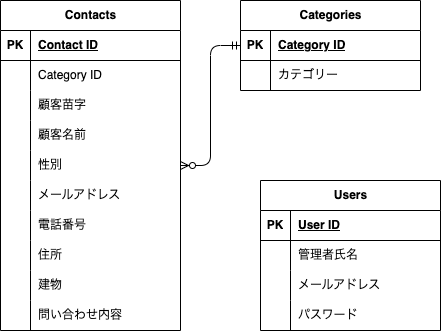
The draw.io diagram src/EntityRelationshipDiagram.drawio.png in StrawberryFairyPrincess/contact-form_exam, before a commit. Source tidied: cells renumbered, new cells last; positions are measured from the earlier drawing's top-left corner, leaving out a move shared by most shapes. The source it was exported from:
```xml
<mxGraphModel>
  <root>
    <mxCell id="0" />
    <mxCell id="1" parent="0" />
    <mxCell id="2" value="Contacts" style="shape=table;startSize=30;rowLines=0;fontStyle=1;align=center;html=1;" parent="1" vertex="1">
      <mxGeometry width="180" height="330" as="geometry" />
    </mxCell>
    <mxCell id="3" style="shape=tableRow;horizontal=0;startSize=0;swimlaneHead=0;swimlaneBody=0;fillColor=none;top=0;left=0;right=0;bottom=1;" parent="2" vertex="1">
      <mxGeometry y="30" width="180" height="30" as="geometry" />
    </mxCell>
    <mxCell id="4" value="PK" style="shape=partialRectangle;fillColor=none;top=0;left=0;bottom=0;right=0;fontStyle=1;overflow=hidden;whiteSpace=wrap;html=1;" parent="3" vertex="1">
      <mxGeometry width="30" height="30" as="geometry" />
    </mxCell>
    <mxCell id="5" value="Contact ID" style="shape=partialRectangle;fillColor=none;top=0;left=0;bottom=0;right=0;align=left;spacingLeft=6;fontStyle=5;overflow=hidden;whiteSpace=wrap;html=1;" parent="3" vertex="1">
      <mxGeometry x="30" width="150" height="30" as="geometry" />
    </mxCell>
    <mxCell id="6" style="shape=tableRow;horizontal=0;startSize=0;swimlaneHead=0;swimlaneBody=0;fillColor=none;top=0;left=0;right=0;bottom=0;" parent="2" vertex="1">
      <mxGeometry y="60" width="180" height="30" as="geometry" />
    </mxCell>
    <mxCell id="7" style="shape=partialRectangle;fillColor=none;top=0;left=0;bottom=0;right=0;overflow=hidden;whiteSpace=wrap;html=1;" parent="6" vertex="1">
      <mxGeometry width="30" height="30" as="geometry" />
    </mxCell>
    <mxCell id="8" value="Category ID" style="shape=partialRectangle;fillColor=none;top=0;left=0;bottom=0;right=0;align=left;spacingLeft=6;overflow=hidden;whiteSpace=wrap;html=1;" parent="6" vertex="1">
      <mxGeometry x="30" width="150" height="30" as="geometry" />
    </mxCell>
    <mxCell id="9" style="shape=tableRow;horizontal=0;startSize=0;swimlaneHead=0;swimlaneBody=0;fillColor=none;top=0;left=0;right=0;bottom=0;" parent="2" vertex="1">
      <mxGeometry y="90" width="180" height="30" as="geometry" />
    </mxCell>
    <mxCell id="10" style="shape=partialRectangle;fillColor=none;top=0;left=0;bottom=0;right=0;overflow=hidden;whiteSpace=wrap;html=1;" parent="9" vertex="1">
      <mxGeometry width="30" height="30" as="geometry" />
    </mxCell>
    <mxCell id="11" value="顧客苗字" style="shape=partialRectangle;fillColor=none;top=0;left=0;bottom=0;right=0;align=left;spacingLeft=6;overflow=hidden;whiteSpace=wrap;html=1;" parent="9" vertex="1">
      <mxGeometry x="30" width="150" height="30" as="geometry" />
    </mxCell>
    <mxCell id="12" style="shape=tableRow;horizontal=0;startSize=0;swimlaneHead=0;swimlaneBody=0;fillColor=none;points=[[0,0.5],[1,0.5]];portConstraint=eastwest;top=0;left=0;right=0;bottom=0;" parent="2" vertex="1">
      <mxGeometry y="120" width="180" height="30" as="geometry" />
    </mxCell>
    <mxCell id="13" style="shape=partialRectangle;fillColor=none;top=0;left=0;bottom=0;right=0;overflow=hidden;whiteSpace=wrap;html=1;" parent="12" vertex="1">
      <mxGeometry width="30" height="30" as="geometry" />
    </mxCell>
    <mxCell id="14" value="顧客名前" style="shape=partialRectangle;fillColor=none;top=0;left=0;bottom=0;right=0;align=left;spacingLeft=6;overflow=hidden;whiteSpace=wrap;html=1;" parent="12" vertex="1">
      <mxGeometry x="30" width="150" height="30" as="geometry" />
    </mxCell>
    <mxCell id="15" style="shape=tableRow;horizontal=0;startSize=0;swimlaneHead=0;swimlaneBody=0;fillColor=none;points=[[0,0.5],[1,0.5]];portConstraint=eastwest;top=0;left=0;right=0;bottom=0;" parent="2" vertex="1">
      <mxGeometry y="150" width="180" height="30" as="geometry" />
    </mxCell>
    <mxCell id="16" style="shape=partialRectangle;fillColor=none;top=0;left=0;bottom=0;right=0;overflow=hidden;whiteSpace=wrap;html=1;" parent="15" vertex="1">
      <mxGeometry width="30" height="30" as="geometry" />
    </mxCell>
    <mxCell id="17" value="性別" style="shape=partialRectangle;fillColor=none;top=0;left=0;bottom=0;right=0;align=left;spacingLeft=6;overflow=hidden;whiteSpace=wrap;html=1;" parent="15" vertex="1">
      <mxGeometry x="30" width="150" height="30" as="geometry" />
    </mxCell>
    <mxCell id="18" style="shape=tableRow;horizontal=0;startSize=0;swimlaneHead=0;swimlaneBody=0;fillColor=none;points=[[0,0.5],[1,0.5]];portConstraint=eastwest;top=0;left=0;right=0;bottom=0;" parent="2" vertex="1">
      <mxGeometry y="180" width="180" height="30" as="geometry" />
    </mxCell>
    <mxCell id="19" style="shape=partialRectangle;fillColor=none;top=0;left=0;bottom=0;right=0;overflow=hidden;whiteSpace=wrap;html=1;" parent="18" vertex="1">
      <mxGeometry width="30" height="30" as="geometry" />
    </mxCell>
    <mxCell id="20" value="メールアドレス" style="shape=partialRectangle;fillColor=none;top=0;left=0;bottom=0;right=0;align=left;spacingLeft=6;overflow=hidden;whiteSpace=wrap;html=1;" parent="18" vertex="1">
      <mxGeometry x="30" width="150" height="30" as="geometry" />
    </mxCell>
    <mxCell id="21" style="shape=tableRow;horizontal=0;startSize=0;swimlaneHead=0;swimlaneBody=0;fillColor=none;top=0;left=0;right=0;bottom=0;" parent="2" vertex="1">
      <mxGeometry y="210" width="180" height="30" as="geometry" />
    </mxCell>
    <mxCell id="22" style="shape=partialRectangle;fillColor=none;top=0;left=0;bottom=0;right=0;overflow=hidden;whiteSpace=wrap;html=1;" parent="21" vertex="1">
      <mxGeometry width="30" height="30" as="geometry" />
    </mxCell>
    <mxCell id="23" value="電話番号" style="shape=partialRectangle;fillColor=none;top=0;left=0;bottom=0;right=0;align=left;spacingLeft=6;overflow=hidden;whiteSpace=wrap;html=1;" parent="21" vertex="1">
      <mxGeometry x="30" width="150" height="30" as="geometry" />
    </mxCell>
    <mxCell id="24" style="shape=tableRow;horizontal=0;startSize=0;swimlaneHead=0;swimlaneBody=0;fillColor=none;top=0;left=0;right=0;bottom=0;" parent="2" vertex="1">
      <mxGeometry y="240" width="180" height="30" as="geometry" />
    </mxCell>
    <mxCell id="25" style="shape=partialRectangle;fillColor=none;top=0;left=0;bottom=0;right=0;overflow=hidden;whiteSpace=wrap;html=1;" parent="24" vertex="1">
      <mxGeometry width="30" height="30" as="geometry" />
    </mxCell>
    <mxCell id="26" value="住所" style="shape=partialRectangle;fillColor=none;top=0;left=0;bottom=0;right=0;align=left;spacingLeft=6;overflow=hidden;whiteSpace=wrap;html=1;" parent="24" vertex="1">
      <mxGeometry x="30" width="150" height="30" as="geometry" />
    </mxCell>
    <mxCell id="27" style="shape=tableRow;horizontal=0;startSize=0;swimlaneHead=0;swimlaneBody=0;fillColor=none;top=0;left=0;right=0;bottom=0;" parent="2" vertex="1">
      <mxGeometry y="270" width="180" height="30" as="geometry" />
    </mxCell>
    <mxCell id="28" style="shape=partialRectangle;fillColor=none;top=0;left=0;bottom=0;right=0;overflow=hidden;whiteSpace=wrap;html=1;" parent="27" vertex="1">
      <mxGeometry width="30" height="30" as="geometry" />
    </mxCell>
    <mxCell id="29" value="建物" style="shape=partialRectangle;fillColor=none;top=0;left=0;bottom=0;right=0;align=left;spacingLeft=6;overflow=hidden;whiteSpace=wrap;html=1;" parent="27" vertex="1">
      <mxGeometry x="30" width="150" height="30" as="geometry" />
    </mxCell>
    <mxCell id="30" style="shape=tableRow;horizontal=0;startSize=0;swimlaneHead=0;swimlaneBody=0;fillColor=none;top=0;left=0;right=0;bottom=0;" parent="2" vertex="1">
      <mxGeometry y="300" width="180" height="30" as="geometry" />
    </mxCell>
    <mxCell id="31" style="shape=partialRectangle;fillColor=none;top=0;left=0;bottom=0;right=0;overflow=hidden;whiteSpace=wrap;html=1;" parent="30" vertex="1">
      <mxGeometry width="30" height="30" as="geometry" />
    </mxCell>
    <mxCell id="32" value="問い合わせ内容" style="shape=partialRectangle;fillColor=none;top=0;left=0;bottom=0;right=0;align=left;spacingLeft=6;overflow=hidden;whiteSpace=wrap;html=1;" parent="30" vertex="1">
      <mxGeometry x="30" width="150" height="30" as="geometry" />
    </mxCell>
    <mxCell id="33" value="Categories" style="shape=table;startSize=30;rowLines=0;fontStyle=1;align=center;html=1;" parent="1" vertex="1">
      <mxGeometry x="240" width="180" height="90" as="geometry" />
    </mxCell>
    <mxCell id="34" style="shape=tableRow;horizontal=0;startSize=0;swimlaneHead=0;swimlaneBody=0;fillColor=none;points=[[0,0.5],[1,0.5]];portConstraint=eastwest;top=0;left=0;right=0;bottom=1;" parent="33" vertex="1">
      <mxGeometry y="30" width="180" height="30" as="geometry" />
    </mxCell>
    <mxCell id="35" value="PK" style="shape=partialRectangle;fillColor=none;top=0;left=0;bottom=0;right=0;fontStyle=1;overflow=hidden;whiteSpace=wrap;html=1;" parent="34" vertex="1">
      <mxGeometry width="30" height="30" as="geometry" />
    </mxCell>
    <mxCell id="36" value="Category ID" style="shape=partialRectangle;fillColor=none;top=0;left=0;bottom=0;right=0;align=left;spacingLeft=6;fontStyle=5;overflow=hidden;whiteSpace=wrap;html=1;" parent="34" vertex="1">
      <mxGeometry x="30" width="150" height="30" as="geometry" />
    </mxCell>
    <mxCell id="37" style="shape=tableRow;horizontal=0;startSize=0;swimlaneHead=0;swimlaneBody=0;fillColor=none;top=0;left=0;right=0;bottom=0;" parent="33" vertex="1">
      <mxGeometry y="60" width="180" height="30" as="geometry" />
    </mxCell>
    <mxCell id="38" style="shape=partialRectangle;fillColor=none;top=0;left=0;bottom=0;right=0;overflow=hidden;whiteSpace=wrap;html=1;" parent="37" vertex="1">
      <mxGeometry width="30" height="30" as="geometry" />
    </mxCell>
    <mxCell id="39" value="カテゴリー" style="shape=partialRectangle;fillColor=none;top=0;left=0;bottom=0;right=0;align=left;spacingLeft=6;overflow=hidden;whiteSpace=wrap;html=1;" parent="37" vertex="1">
      <mxGeometry x="30" width="150" height="30" as="geometry" />
    </mxCell>
    <mxCell id="40" value="Users" style="shape=table;startSize=30;rowLines=0;fontStyle=1;align=center;html=1;" parent="1" vertex="1">
      <mxGeometry x="260" y="180" width="180" height="150" as="geometry" />
    </mxCell>
    <mxCell id="41" style="shape=tableRow;horizontal=0;startSize=0;swimlaneHead=0;swimlaneBody=0;fillColor=none;top=0;left=0;right=0;bottom=1;" parent="40" vertex="1">
      <mxGeometry y="30" width="180" height="30" as="geometry" />
    </mxCell>
    <mxCell id="42" value="PK" style="shape=partialRectangle;fillColor=none;top=0;left=0;bottom=0;right=0;fontStyle=1;overflow=hidden;whiteSpace=wrap;html=1;" parent="41" vertex="1">
      <mxGeometry width="30" height="30" as="geometry" />
    </mxCell>
    <mxCell id="43" value="User ID" style="shape=partialRectangle;fillColor=none;top=0;left=0;bottom=0;right=0;align=left;spacingLeft=6;fontStyle=5;overflow=hidden;whiteSpace=wrap;html=1;" parent="41" vertex="1">
      <mxGeometry x="30" width="150" height="30" as="geometry" />
    </mxCell>
    <mxCell id="44" style="shape=tableRow;horizontal=0;startSize=0;swimlaneHead=0;swimlaneBody=0;fillColor=none;points=[[0,0.5],[1,0.5]];portConstraint=eastwest;top=0;left=0;right=0;bottom=0;" parent="40" vertex="1">
      <mxGeometry y="60" width="180" height="30" as="geometry" />
    </mxCell>
    <mxCell id="45" style="shape=partialRectangle;fillColor=none;top=0;left=0;bottom=0;right=0;overflow=hidden;whiteSpace=wrap;html=1;" parent="44" vertex="1">
      <mxGeometry width="30" height="30" as="geometry" />
    </mxCell>
    <mxCell id="46" value="管理者氏名" style="shape=partialRectangle;fillColor=none;top=0;left=0;bottom=0;right=0;align=left;spacingLeft=6;overflow=hidden;whiteSpace=wrap;html=1;" parent="44" vertex="1">
      <mxGeometry x="30" width="150" height="30" as="geometry" />
    </mxCell>
    <mxCell id="47" style="shape=tableRow;horizontal=0;startSize=0;swimlaneHead=0;swimlaneBody=0;fillColor=none;top=0;left=0;right=0;bottom=0;" parent="40" vertex="1">
      <mxGeometry y="90" width="180" height="30" as="geometry" />
    </mxCell>
    <mxCell id="48" style="shape=partialRectangle;fillColor=none;top=0;left=0;bottom=0;right=0;overflow=hidden;whiteSpace=wrap;html=1;" parent="47" vertex="1">
      <mxGeometry width="30" height="30" as="geometry" />
    </mxCell>
    <mxCell id="49" value="メールアドレス" style="shape=partialRectangle;fillColor=none;top=0;left=0;bottom=0;right=0;align=left;spacingLeft=6;overflow=hidden;whiteSpace=wrap;html=1;" parent="47" vertex="1">
      <mxGeometry x="30" width="150" height="30" as="geometry" />
    </mxCell>
    <mxCell id="50" style="shape=tableRow;horizontal=0;startSize=0;swimlaneHead=0;swimlaneBody=0;fillColor=none;top=0;left=0;right=0;bottom=0;" parent="40" vertex="1">
      <mxGeometry y="120" width="180" height="30" as="geometry" />
    </mxCell>
    <mxCell id="51" style="shape=partialRectangle;fillColor=none;top=0;left=0;bottom=0;right=0;overflow=hidden;whiteSpace=wrap;html=1;" parent="50" vertex="1">
      <mxGeometry width="30" height="30" as="geometry" />
    </mxCell>
    <mxCell id="52" value="パスワード" style="shape=partialRectangle;fillColor=none;top=0;left=0;bottom=0;right=0;align=left;spacingLeft=6;overflow=hidden;whiteSpace=wrap;html=1;" parent="50" vertex="1">
      <mxGeometry x="30" width="150" height="30" as="geometry" />
    </mxCell>
    <mxCell id="53" style="edgeStyle=entityRelationEdgeStyle;fontSize=12;html=1;endArrow=ERzeroToMany;startArrow=ERmandOne;exitX=0;exitY=0.5;exitDx=0;exitDy=0;entryX=1;entryY=0.5;entryDx=0;entryDy=0;" parent="1" edge="1" source="34" target="15">
      <mxGeometry relative="1" as="geometry" />
    </mxCell>
  </root>
</mxGraphModel>
```
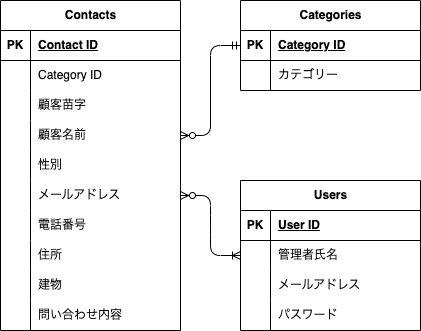
The same diagram one commit later.

Diff of the diagram source:
```diff
@@ -117,7 +117,7 @@
       <mxGeometry x="30" width="150" height="30" as="geometry" />
     </mxCell>
     <mxCell id="40" value="Users" style="shape=table;startSize=30;rowLines=0;fontStyle=1;align=center;html=1;" parent="1" vertex="1">
-      <mxGeometry x="260" y="180" width="180" height="150" as="geometry" />
+      <mxGeometry x="240" y="180" width="180" height="150" as="geometry" />
     </mxCell>
     <mxCell id="41" style="shape=tableRow;horizontal=0;startSize=0;swimlaneHead=0;swimlaneBody=0;fillColor=none;top=0;left=0;right=0;bottom=1;" parent="40" vertex="1">
       <mxGeometry y="30" width="180" height="30" as="geometry" />
@@ -155,8 +155,11 @@
     <mxCell id="52" value="パスワード" style="shape=partialRectangle;fillColor=none;top=0;left=0;bottom=0;right=0;align=left;spacingLeft=6;overflow=hidden;whiteSpace=wrap;html=1;" parent="50" vertex="1">
       <mxGeometry x="30" width="150" height="30" as="geometry" />
     </mxCell>
-    <mxCell id="53" style="edgeStyle=entityRelationEdgeStyle;fontSize=12;html=1;endArrow=ERzeroToMany;startArrow=ERmandOne;exitX=0;exitY=0.5;exitDx=0;exitDy=0;entryX=1;entryY=0.5;entryDx=0;entryDy=0;" parent="1" edge="1" source="34" target="15">
+    <mxCell id="53" style="edgeStyle=entityRelationEdgeStyle;fontSize=12;html=1;endArrow=ERzeroToMany;startArrow=ERmandOne;exitX=0;exitY=0.5;exitDx=0;exitDy=0;entryX=1;entryY=0.5;entryDx=0;entryDy=0;" parent="1" edge="1" source="34" target="12">
       <mxGeometry relative="1" as="geometry" />
     </mxCell>
+    <mxCell id="54" style="edgeStyle=entityRelationEdgeStyle;fontSize=12;html=1;endArrow=ERoneToMany;startArrow=ERzeroToMany;exitX=1;exitY=0.5;exitDx=0;exitDy=0;entryX=0;entryY=0.5;entryDx=0;entryDy=0;" parent="1" edge="1" source="18" target="44">
+      <mxGeometry relative="1" as="geometry" />
+    </mxCell>
   </root>
 </mxGraphModel>
```
